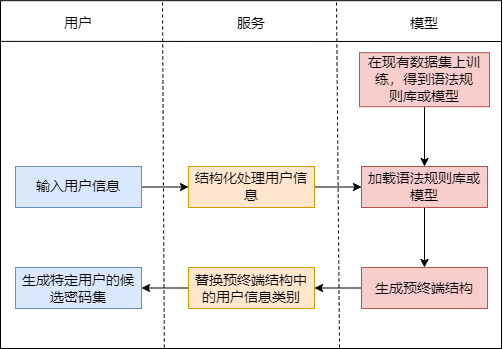
Before: fun2.drawio.png, a diagram exported from draw.io (lakomi/pictures). Source tidied: cells renumbered, new cells last; positions are measured from the earlier drawing's top-left corner, leaving out a move shared by most shapes.
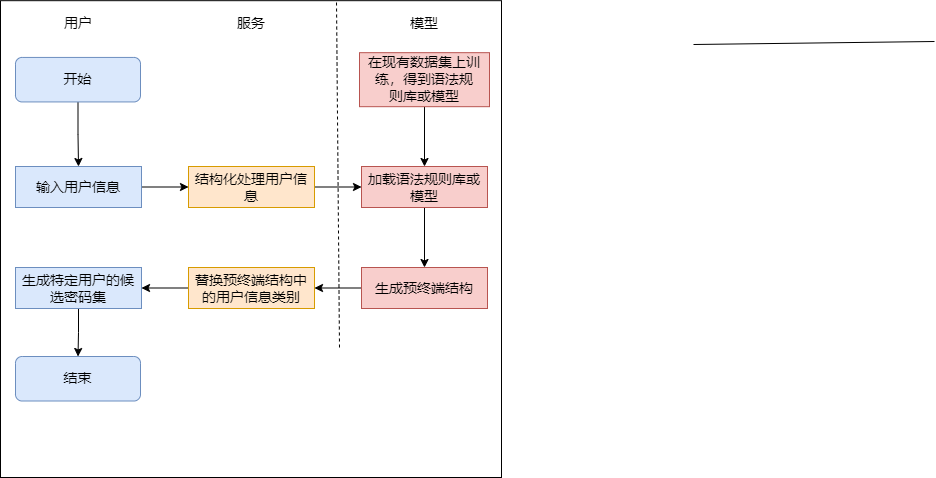
Later version of the same file.

Change to the diagram source:
```diff
@@ -3,7 +3,7 @@
     <mxCell id="0" />
     <mxCell id="1" parent="0" />
     <mxCell id="2" style="rounded=0;whiteSpace=wrap;html=1;fontSize=14;" parent="1" vertex="1">
-      <mxGeometry y="0.2" width="501" height="347.8" as="geometry" />
+      <mxGeometry y="0.2" width="501" height="476.8" as="geometry" />
     </mxCell>
     <mxCell id="3" style="rounded=0;jettySize=auto;html=1;exitX=1;exitY=0.5;exitDx=0;exitDy=0;entryX=0;entryY=0.5;entryDx=0;entryDy=0;fontSize=14;" parent="1" edge="1" source="4" target="6">
       <mxGeometry relative="1" as="geometry" />
@@ -35,6 +35,9 @@
     <mxCell id="12" value="替换预终端结构中的用户信息类别" style="rounded=0;whiteSpace=wrap;html=1;fontSize=14;fillColor=#ffe6cc;strokeColor=#d79b00;" parent="1" vertex="1">
       <mxGeometry x="188" y="267" width="126" height="41" as="geometry" />
     </mxCell>
+    <mxCell id="22" style="edgeStyle=orthogonalEdgeStyle;rounded=0;jettySize=auto;html=1;exitX=0.5;exitY=1;exitDx=0;exitDy=0;entryX=0.5;entryY=0;entryDx=0;entryDy=0;" parent="1" edge="1" source="13" target="25">
+      <mxGeometry relative="1" as="geometry" />
+    </mxCell>
     <mxCell id="13" value="生成特定用户的候选密码集" style="rounded=0;whiteSpace=wrap;html=1;fontSize=14;fillColor=#dae8fc;strokeColor=#6c8ebf;" parent="1" vertex="1">
       <mxGeometry x="15" y="267" width="126" height="41" as="geometry" />
     </mxCell>
@@ -44,9 +47,10 @@
     <mxCell id="15" value="在现有数据集上训练，得到语法规&lt;br style=&quot;font-size: 14px;&quot;&gt;则库或模型" style="rounded=0;whiteSpace=wrap;html=1;fontSize=14;fillColor=#f8cecc;strokeColor=#b85450;" parent="1" vertex="1">
       <mxGeometry x="359" y="52.2" width="130" height="54" as="geometry" />
     </mxCell>
-    <mxCell id="16" style="endArrow=none;html=1;rounded=0;fontSize=14;exitX=0;exitY=0.117;exitDx=0;exitDy=0;exitPerimeter=0;" parent="1" edge="1" source="2">
+    <mxCell id="16" style="endArrow=none;html=1;rounded=0;fontSize=14;" parent="1" edge="1">
       <mxGeometry relative="1" as="geometry">
-        <mxPoint x="501" y="41" as="targetPoint" />
+        <mxPoint x="934" y="41" as="sourcePoint" />
+        <mxPoint x="693" y="44" as="targetPoint" />
       </mxGeometry>
     </mxCell>
     <mxCell id="17" value="用户" style="text;html=1;strokeColor=none;fillColor=none;align=center;verticalAlign=middle;whiteSpace=wrap;rounded=0;fontSize=14;" parent="1" vertex="1">
@@ -58,16 +62,20 @@
     <mxCell id="19" value="模型" style="text;html=1;strokeColor=none;fillColor=none;align=center;verticalAlign=middle;whiteSpace=wrap;rounded=0;fontSize=14;" parent="1" vertex="1">
       <mxGeometry x="394" y="8" width="60" height="30" as="geometry" />
     </mxCell>
-    <mxCell id="20" style="endArrow=none;dashed=1;html=1;rounded=0;fontSize=14;exitX=0.327;exitY=0.997;exitDx=0;exitDy=0;exitPerimeter=0;" parent="1" edge="1" source="2">
-      <mxGeometry relative="1" as="geometry">
-        <mxPoint x="162" y="0.2" as="targetPoint" />
-      </mxGeometry>
-    </mxCell>
     <mxCell id="21" style="endArrow=none;dashed=1;html=1;rounded=0;fontSize=14;" parent="1" edge="1">
       <mxGeometry relative="1" as="geometry">
         <mxPoint x="339" y="347" as="sourcePoint" />
         <mxPoint x="336" y="1.2" as="targetPoint" />
       </mxGeometry>
     </mxCell>
+    <mxCell id="23" style="edgeStyle=orthogonalEdgeStyle;rounded=0;jettySize=auto;html=1;exitX=0.5;exitY=1;exitDx=0;exitDy=0;entryX=0.5;entryY=0;entryDx=0;entryDy=0;" parent="1" edge="1" source="24" target="4">
+      <mxGeometry relative="1" as="geometry" />
+    </mxCell>
+    <mxCell id="24" value="开始" style="rounded=1;whiteSpace=wrap;html=1;fontSize=14;fillColor=#dae8fc;strokeColor=#6c8ebf;" parent="1" vertex="1">
+      <mxGeometry x="15" y="56.9" width="125" height="44.5" as="geometry" />
+    </mxCell>
+    <mxCell id="25" value="结束" style="rounded=1;whiteSpace=wrap;html=1;fontSize=14;fillColor=#dae8fc;strokeColor=#6c8ebf;" parent="1" vertex="1">
+      <mxGeometry x="15" y="356" width="125" height="44.5" as="geometry" />
+    </mxCell>
   </root>
 </mxGraphModel>
```
